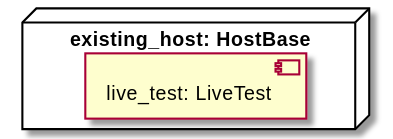
Orange-OpenSource/Cloudnet-TOSCA-toolbox keeps this PlantUML diagram as examples/ariatosca/diagrams/uml2/clearwater-live-test-existing-1.0-uml2-deployment-diagram.svg. Above is the earlier version.
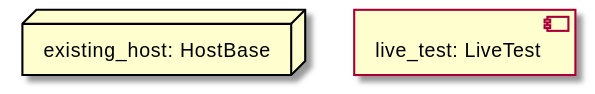
The same diagram one commit later.

Diff of the diagram source:
```diff
@@ -2,7 +2,6 @@
 skinparam componentStyle uml2
 allowmixing
 
-node "existing_host: HostBase" as node_existing_host {
+node "existing_host: HostBase" as node_existing_host
 component "live_test: LiveTest" as node_live_test
-}
 @enduml
```
